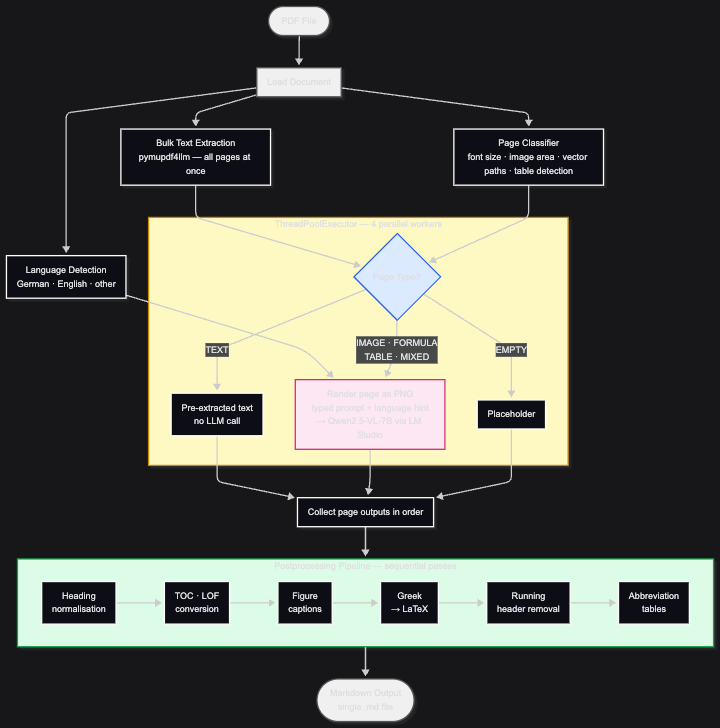
noormartini/pdf2md keeps this Mermaid diagram as Thesis_Paper/images/architecture.png. Above is the earlier version. Its source is kept beside it as Thesis_Paper/images/architecture.mmd.
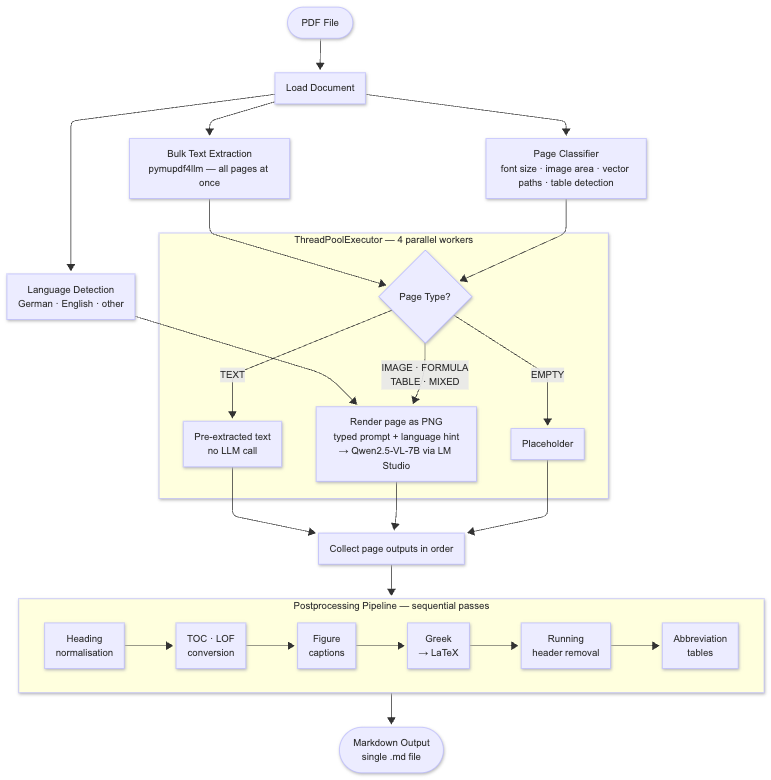
The same file after the commit.

Commit message:
Update architecture diagram to clean black-and-white flowchart

Removed all fill colors — default Mermaid theme with white background
and dark borders. More appropriate for academic thesis.

Change to the diagram source:
```diff
@@ -27,11 +27,3 @@
 
     COL --> POST
     POST --> OUT(["Markdown Output\nsingle .md file"])
-
-    style A fill:#f0f0f0,stroke:#555
-    style LOAD fill:#f0f0f0,stroke:#555
-    style OUT fill:#f0f0f0,stroke:#555
-    style POOL fill:#fef9c3,stroke:#ca8a04
-    style PG fill:#dbeafe,stroke:#2563eb
-    style PV fill:#fce7f3,stroke:#db2777
-    style POST fill:#dcfce7,stroke:#16a34a
```
